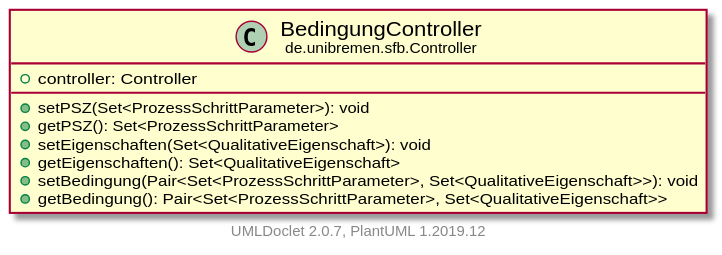
Before: doc/UML/modulsichtSVG/BedingungController.svg, a diagram exported from PlantUML (fkehlenb/softwareprojekt-2). Its diagram source:
```plantuml
@startuml
    set namespaceSeparator none
    hide empty fields
    hide empty methods

    class "<size:14>BedingungController\n<size:10>de.unibremen.sfb.Controller" as de.unibremen.sfb.Controller.BedingungController [[BedingungController.html]] {
        +controller: Controller
        +setPSZ(Set<ProzessSchrittParameter>): void
        +getPSZ(): Set<ProzessSchrittParameter>
        +setEigenschaften(Set<QualitativeEigenschaft>): void
        +getEigenschaften(): Set<QualitativeEigenschaft>
        +setBedingung(Pair<Set<ProzessSchrittParameter>, Set<QualitativeEigenschaft>>): void
        +getBedingung(): Pair<Set<ProzessSchrittParameter>, Set<QualitativeEigenschaft>>
    }

    center footer UMLDoclet 2.0.7, PlantUML 1.2019.12
@enduml
```
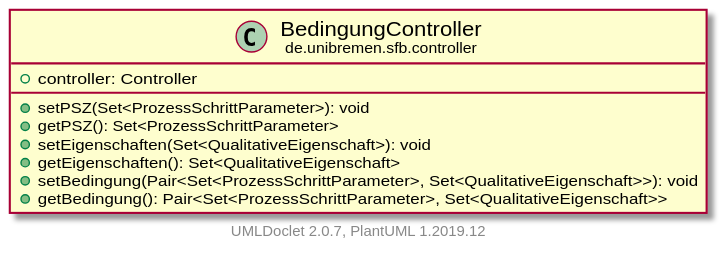
After the change.

The edit, as a diff of the source:
```diff
@@ -3,8 +3,8 @@
     hide empty fields
     hide empty methods
 
-    class "<size:14>BedingungController\n<size:10>de.unibremen.sfb.Controller" as de.unibremen.sfb.Controller.BedingungController [[BedingungController.html]] {
-        +controller: Controller
+    class "<size:14>BedingungController\n<size:10>de.unibremen.sfb.controller" as de.unibremen.sfb.controller.BedingungController [[BedingungController.html]] {
+        +controller: controller
         +setPSZ(Set<ProzessSchrittParameter>): void
         +getPSZ(): Set<ProzessSchrittParameter>
         +setEigenschaften(Set<QualitativeEigenschaft>): void
```
